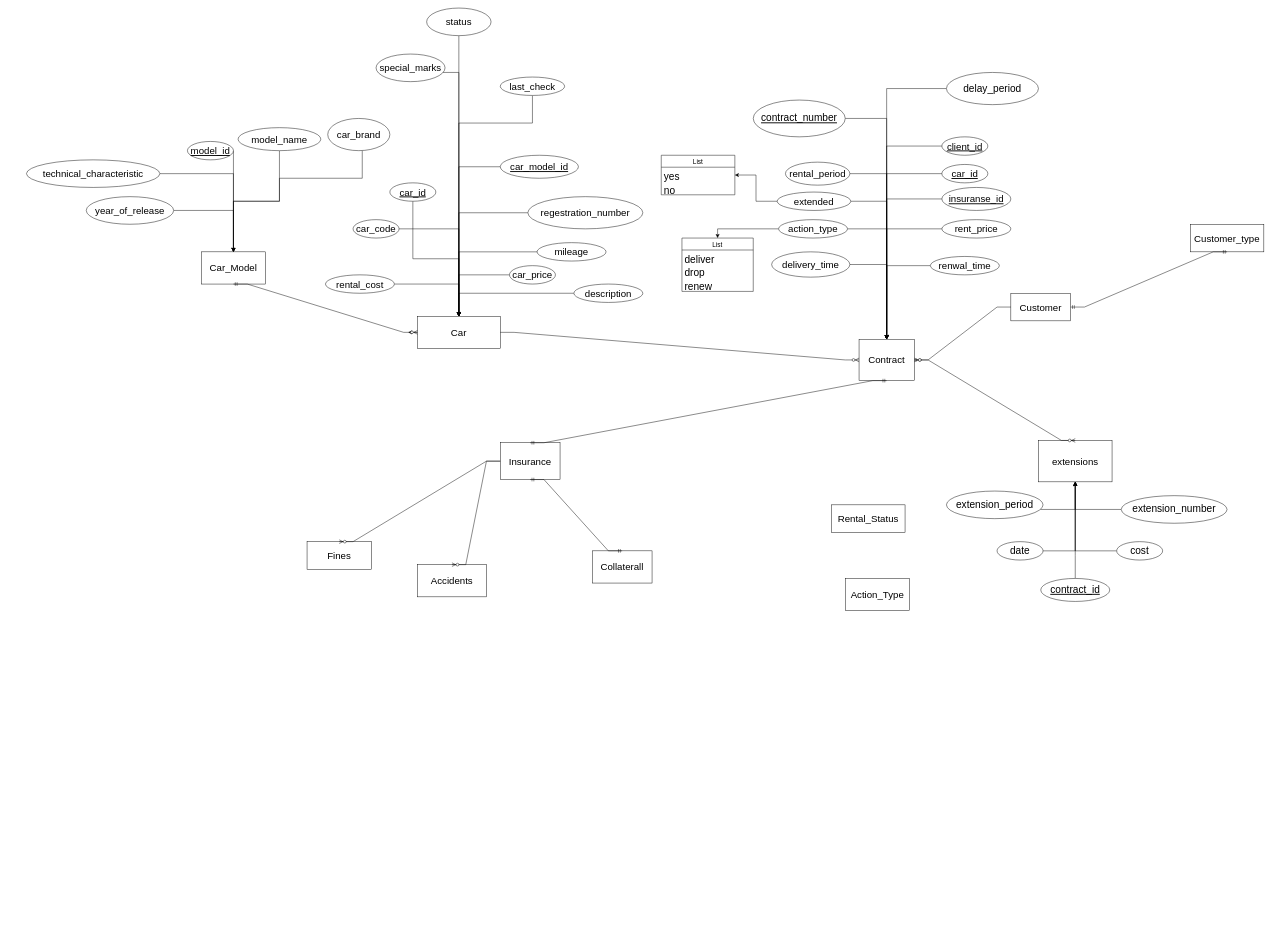
Before: Untitled Diagram.drawio in esmailalmoshki/Diagram, a draw.io diagram. Source tidied: cells renumbered, new cells numbered last; positions are measured from the earlier drawing's top-left corner, leaving out a move shared by most shapes. Both pictures are drawn from the tidied source at 46%, with x=0, y=0 at pixel (26, 8).
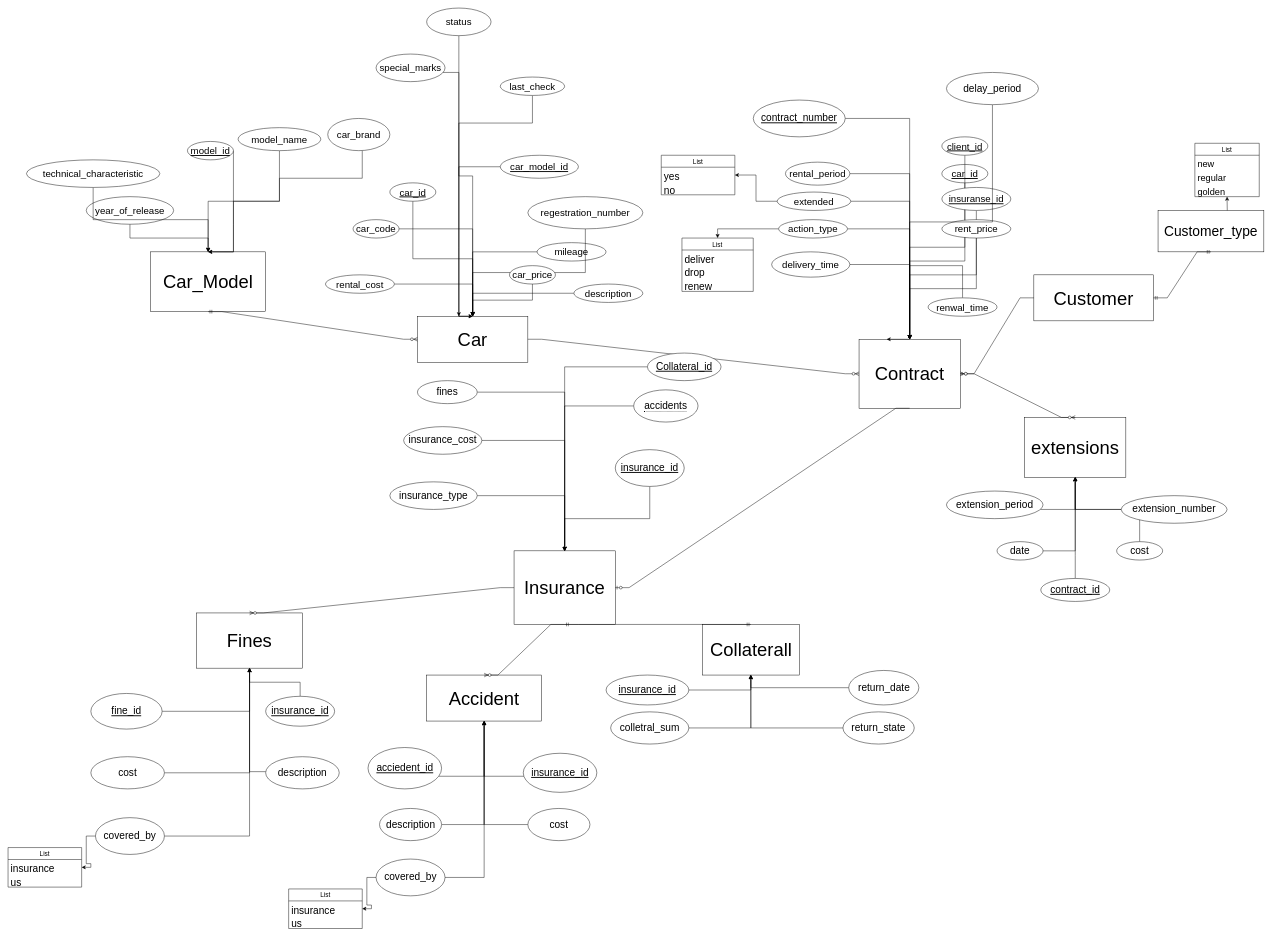
After the change.

What changed in the source:
```diff
@@
-    <mxCell id="2" value="Rental_Status" style="whiteSpace=wrap;html=1;align=center;fontSize=21;" parent="1" vertex="1">
-      <mxGeometry x="1750" y="1080" width="160" height="60" as="geometry" />
-    </mxCell>
-    <mxCell id="3" value="&lt;font style=&quot;font-size: 21px;&quot;&gt;Car_Model&lt;/font&gt;" style="whiteSpace=wrap;html=1;align=center;fontSize=21;" parent="1" vertex="1">
-      <mxGeometry x="380" y="530" width="140" height="70" as="geometry" />
+    <mxCell id="3" value="&lt;font style=&quot;font-size: 40px;&quot;&gt;Car_Model&lt;/font&gt;" style="whiteSpace=wrap;html=1;align=center;fontSize=21;" parent="1" vertex="1">
+      <mxGeometry x="270" y="530" width="250" height="130" as="geometry" />
     </mxCell>
-    <mxCell id="4" style="edgeStyle=orthogonalEdgeStyle;rounded=0;jettySize=auto;html=1;fontSize=21;" parent="1" edge="1" source="5">
-      <mxGeometry relative="1" as="geometry">
-        <mxPoint x="830" y="705" as="targetPoint" />
-      </mxGeometry>
-    </mxCell>
-    <mxCell id="5" value="Car" style="whiteSpace=wrap;html=1;align=center;fontSize=21;" parent="1" vertex="1">
-      <mxGeometry x="850" y="670" width="180" height="70" as="geometry" />
+    <mxCell id="5" value="Car" style="whiteSpace=wrap;html=1;align=center;fontSize=40;" parent="1" vertex="1">
+      <mxGeometry x="850" y="670" width="240" height="100" as="geometry" />
     </mxCell>
-    <mxCell id="6" value="Insurance" style="whiteSpace=wrap;html=1;align=center;fontSize=21;" parent="1" vertex="1">
-      <mxGeometry x="1030" y="945" width="130" height="80" as="geometry" />
+    <mxCell id="6" value="&lt;font style=&quot;font-size: 40px;&quot;&gt;Insurance&lt;/font&gt;" style="whiteSpace=wrap;html=1;align=center;fontSize=21;" parent="1" vertex="1">
+      <mxGeometry x="1060" y="1180" width="220" height="160" as="geometry" />
     </mxCell>
-    <mxCell id="7" value="Customer" style="whiteSpace=wrap;html=1;align=center;fontSize=21;" parent="1" vertex="1">
-      <mxGeometry x="2140" y="620" width="130" height="60" as="geometry" />
+    <mxCell id="7" value="&lt;font style=&quot;font-size: 40px;&quot;&gt;Customer&lt;/font&gt;" style="whiteSpace=wrap;html=1;align=center;fontSize=21;" parent="1" vertex="1">
+      <mxGeometry x="2190" y="580" width="260" height="100" as="geometry" />
     </mxCell>
+    <mxCell id="97" style="edgeStyle=orthogonalEdgeStyle;rounded=0;jettySize=auto;html=1;fontSize=40;" parent="1" edge="1" target="147">
+      <mxGeometry relative="1" as="geometry">
+        <mxPoint x="2610" y="471" as="sourcePoint" />
+      </mxGeometry>
+    </mxCell>
-    <mxCell id="8" value="Customer_type" style="whiteSpace=wrap;html=1;align=center;fontSize=21;" parent="1" vertex="1">
-      <mxGeometry x="2530" y="470" width="160" height="60" as="geometry" />
+    <mxCell id="8" value="&lt;font style=&quot;font-size: 30px;&quot;&gt;Customer_type&lt;/font&gt;" style="whiteSpace=wrap;html=1;align=center;fontSize=21;" parent="1" vertex="1">
+      <mxGeometry x="2460" y="440" width="230" height="90" as="geometry" />
     </mxCell>
-    <mxCell id="9" value="Contract" style="whiteSpace=wrap;html=1;align=center;fontSize=21;" parent="1" vertex="1">
-      <mxGeometry x="1810" y="720" width="120" height="90" as="geometry" />
+    <mxCell id="9" value="Contract" style="whiteSpace=wrap;html=1;align=center;fontSize=40;" parent="1" vertex="1">
+      <mxGeometry x="1810" y="720" width="220" height="150" as="geometry" />
     </mxCell>
-    <mxCell id="10" value="Collaterall" style="whiteSpace=wrap;html=1;align=center;fontSize=21;" parent="1" vertex="1">
-      <mxGeometry x="1230" y="1180" width="130" height="70" as="geometry" />
+    <mxCell id="10" value="&lt;font style=&quot;font-size: 40px;&quot;&gt;Collaterall&lt;/font&gt;" style="whiteSpace=wrap;html=1;align=center;fontSize=21;" parent="1" vertex="1">
+      <mxGeometry x="1469.5" y="1340" width="210.5" height="110" as="geometry" />
     </mxCell>
-    <mxCell id="11" value="Accidents" style="whiteSpace=wrap;html=1;align=center;fontSize=21;" parent="1" vertex="1">
-      <mxGeometry x="850" y="1210" width="150" height="70" as="geometry" />
+    <mxCell id="11" value="&lt;font style=&quot;font-size: 40px;&quot;&gt;Accident&lt;/font&gt;" style="whiteSpace=wrap;html=1;align=center;fontSize=21;" parent="1" vertex="1">
+      <mxGeometry x="870" y="1450" width="250" height="100" as="geometry" />
     </mxCell>
-    <mxCell id="12" value="Fines" style="whiteSpace=wrap;html=1;align=center;fontSize=21;" parent="1" vertex="1">
-      <mxGeometry x="610" y="1160" width="140" height="60" as="geometry" />
+    <mxCell id="12" value="&lt;font style=&quot;font-size: 40px;&quot;&gt;Fines&lt;/font&gt;" style="whiteSpace=wrap;html=1;align=center;fontSize=21;" parent="1" vertex="1">
+      <mxGeometry x="370" y="1315" width="230" height="120" as="geometry" />
     </mxCell>
-    <mxCell id="13" value="Action_Type" style="whiteSpace=wrap;html=1;align=center;fontSize=21;" parent="1" vertex="1">
-      <mxGeometry x="1780" y="1240" width="140" height="70" as="geometry" />
-    </mxCell>
@@
-    <mxCell id="15" style="edgeStyle=entityRelationEdgeStyle;fontSize=21;html=1;endArrow=ERmandOne;startArrow=ERmandOne;rounded=0;entryX=0.5;entryY=1;entryDx=0;entryDy=0;exitX=0.5;exitY=0;exitDx=0;exitDy=0;" parent="1" edge="1" source="6" target="9">
-      <mxGeometry relative="1" as="geometry" />
-    </mxCell>
@@
     <mxCell id="67" style="edgeStyle=orthogonalEdgeStyle;rounded=0;jettySize=auto;html=1;fontSize=21;" parent="1" edge="1" source="68">
       <mxGeometry relative="1" as="geometry">
         <mxPoint x="1870" y="720" as="targetPoint" />
+        <Array as="points">
+          <mxPoint x="1920" y="560" />
+          <mxPoint x="1920" y="720" />
+        </Array>
       </mxGeometry>
     </mxCell>
     <mxCell id="68" value="renwal_time" style="ellipse;whiteSpace=wrap;html=1;align=center;fontSize=21;" parent="1" vertex="1">
-      <mxGeometry x="1965" y="540" width="150" height="40" as="geometry" />
+      <mxGeometry x="1960" y="630" width="150" height="40" as="geometry" />
     </mxCell>
@@
-    <mxCell id="72" value="extensions" style="whiteSpace=wrap;html=1;align=center;fontSize=21;" parent="1" vertex="1">
-      <mxGeometry x="2200" y="940" width="160" height="90" as="geometry" />
+    <mxCell id="72" value="&lt;font style=&quot;font-size: 40px;&quot;&gt;extensions&lt;/font&gt;" style="whiteSpace=wrap;html=1;align=center;fontSize=21;" parent="1" vertex="1">
+      <mxGeometry x="2170" y="890" width="220" height="130" as="geometry" />
     </mxCell>
@@
-    <mxCell id="95" style="edgeStyle=entityRelationEdgeStyle;fontSize=12;html=1;endArrow=ERzeroToMany;endFill=1;rounded=0;exitX=0;exitY=0.5;exitDx=0;exitDy=0;entryX=0.5;entryY=0;entryDx=0;entryDy=0;" parent="1" edge="1" source="6" target="11">
+    <mxCell id="95" style="edgeStyle=entityRelationEdgeStyle;fontSize=12;html=1;endArrow=ERzeroToMany;endFill=1;rounded=0;exitX=0.5;exitY=1;exitDx=0;exitDy=0;entryX=0.5;entryY=0;entryDx=0;entryDy=0;" parent="1" edge="1" source="6" target="11">
       <mxGeometry relative="1" as="geometry" />
     </mxCell>
@@
+    <mxCell id="98" style="edgeStyle=orthogonalEdgeStyle;rounded=0;jettySize=auto;html=1;fontSize=22;" parent="1" edge="1" source="99" target="6">
+      <mxGeometry relative="1" as="geometry" />
+    </mxCell>
+    <mxCell id="99" value="insurance_type" style="ellipse;whiteSpace=wrap;html=1;align=center;fontSize=22;" parent="1" vertex="1">
+      <mxGeometry x="790" y="1030" width="190" height="60" as="geometry" />
+    </mxCell>
+    <mxCell id="100" style="edgeStyle=orthogonalEdgeStyle;rounded=0;jettySize=auto;html=1;entryX=0.5;entryY=0;entryDx=0;entryDy=0;fontSize=40;" parent="1" edge="1" source="101" target="6">
+      <mxGeometry relative="1" as="geometry" />
+    </mxCell>
+    <mxCell id="101" value="insurance_id" style="ellipse;whiteSpace=wrap;html=1;align=center;fontStyle=4;fontSize=22;" parent="1" vertex="1">
+      <mxGeometry x="1280" y="960" width="150" height="80" as="geometry" />
+    </mxCell>
+    <mxCell id="102" style="edgeStyle=orthogonalEdgeStyle;rounded=0;jettySize=auto;html=1;entryX=0.5;entryY=1;entryDx=0;entryDy=0;fontSize=22;" parent="1" edge="1" source="103" target="10">
+      <mxGeometry relative="1" as="geometry" />
+    </mxCell>
+    <mxCell id="103" value="insurance_id" style="ellipse;whiteSpace=wrap;html=1;align=center;fontStyle=4;fontSize=22;" parent="1" vertex="1">
+      <mxGeometry x="1260" y="1450" width="180" height="65" as="geometry" />
+    </mxCell>
+    <mxCell id="104" style="edgeStyle=orthogonalEdgeStyle;rounded=0;jettySize=auto;html=1;entryX=0.5;entryY=1;entryDx=0;entryDy=0;fontSize=22;" parent="1" edge="1" source="105" target="10">
+      <mxGeometry relative="1" as="geometry" />
+    </mxCell>
+    <mxCell id="105" value="colletral_sum" style="ellipse;whiteSpace=wrap;html=1;align=center;fontSize=22;" parent="1" vertex="1">
+      <mxGeometry x="1270" y="1530" width="170" height="70" as="geometry" />
+    </mxCell>
+    <mxCell id="106" style="edgeStyle=orthogonalEdgeStyle;rounded=0;jettySize=auto;html=1;entryX=0.5;entryY=0;entryDx=0;entryDy=0;fontSize=22;" parent="1" edge="1" source="107" target="6">
+      <mxGeometry relative="1" as="geometry" />
+    </mxCell>
+    <mxCell id="107" value="insurance_cost" style="ellipse;whiteSpace=wrap;html=1;align=center;fontSize=22;" parent="1" vertex="1">
+      <mxGeometry x="820" y="910" width="170" height="60" as="geometry" />
+    </mxCell>
+    <mxCell id="108" style="edgeStyle=entityRelationEdgeStyle;fontSize=12;html=1;endArrow=ERzeroToOne;endFill=1;rounded=0;exitX=0.5;exitY=1;exitDx=0;exitDy=0;" parent="1" edge="1" source="9" target="6">
+      <mxGeometry relative="1" as="geometry" />
+    </mxCell>
+    <mxCell id="109" style="edgeStyle=orthogonalEdgeStyle;rounded=0;jettySize=auto;html=1;entryX=0.5;entryY=0;entryDx=0;entryDy=0;fontSize=22;" parent="1" edge="1" source="110" target="6">
+      <mxGeometry relative="1" as="geometry" />
+    </mxCell>
+    <mxCell id="110" value="&lt;span style=&quot;border-bottom: 1px dotted&quot;&gt;accidents&lt;/span&gt;" style="ellipse;whiteSpace=wrap;html=1;align=center;fontSize=22;" parent="1" vertex="1">
+      <mxGeometry x="1320" y="830" width="140" height="70" as="geometry" />
+    </mxCell>
+    <mxCell id="111" style="edgeStyle=orthogonalEdgeStyle;rounded=0;jettySize=auto;html=1;entryX=0.5;entryY=0;entryDx=0;entryDy=0;fontSize=22;" parent="1" edge="1" source="112" target="6">
+      <mxGeometry relative="1" as="geometry" />
+    </mxCell>
+    <mxCell id="112" value="fines" style="ellipse;whiteSpace=wrap;html=1;align=center;fontSize=22;" parent="1" vertex="1">
+      <mxGeometry x="850" y="810" width="130" height="50" as="geometry" />
+    </mxCell>
+    <mxCell id="113" style="edgeStyle=orthogonalEdgeStyle;rounded=0;jettySize=auto;html=1;fontSize=40;" parent="1" edge="1" source="114" target="6">
+      <mxGeometry relative="1" as="geometry" />
+    </mxCell>
+    <mxCell id="114" value="Collateral_id" style="ellipse;whiteSpace=wrap;html=1;align=center;fontStyle=4;fontSize=22;" parent="1" vertex="1">
+      <mxGeometry x="1350" y="750" width="160" height="60" as="geometry" />
+    </mxCell>
+    <mxCell id="115" style="edgeStyle=orthogonalEdgeStyle;rounded=0;jettySize=auto;html=1;entryX=0.5;entryY=1;entryDx=0;entryDy=0;fontSize=22;" parent="1" edge="1" source="116" target="11">
+      <mxGeometry relative="1" as="geometry">
+        <Array as="points">
+          <mxPoint x="995" y="1670" />
+        </Array>
+      </mxGeometry>
+    </mxCell>
+    <mxCell id="116" value="acciedent_id" style="ellipse;whiteSpace=wrap;html=1;align=center;fontStyle=4;fontSize=22;" parent="1" vertex="1">
+      <mxGeometry x="742.5" y="1607.5" width="160" height="90" as="geometry" />
+    </mxCell>
+    <mxCell id="117" style="edgeStyle=orthogonalEdgeStyle;rounded=0;jettySize=auto;html=1;entryX=0.5;entryY=1;entryDx=0;entryDy=0;fontSize=22;" parent="1" edge="1" source="118" target="11">
+      <mxGeometry relative="1" as="geometry">
+        <Array as="points">
+          <mxPoint x="995" y="1670" />
+        </Array>
+      </mxGeometry>
+    </mxCell>
+    <mxCell id="118" value="insurance_id" style="ellipse;whiteSpace=wrap;html=1;align=center;fontStyle=4;fontSize=22;" parent="1" vertex="1">
+      <mxGeometry x="1080" y="1620" width="160" height="85" as="geometry" />
+    </mxCell>
+    <mxCell id="119" style="edgeStyle=orthogonalEdgeStyle;rounded=0;jettySize=auto;html=1;entryX=0.5;entryY=1;entryDx=0;entryDy=0;fontSize=22;" parent="1" edge="1" source="120" target="10">
+      <mxGeometry relative="1" as="geometry" />
+    </mxCell>
+    <mxCell id="120" value="return_date" style="ellipse;whiteSpace=wrap;html=1;align=center;fontSize=22;" parent="1" vertex="1">
+      <mxGeometry x="1787.5" y="1440" width="152.5" height="75" as="geometry" />
+    </mxCell>
+    <mxCell id="121" style="edgeStyle=orthogonalEdgeStyle;rounded=0;jettySize=auto;html=1;entryX=0.5;entryY=1;entryDx=0;entryDy=0;fontSize=22;" parent="1" edge="1" source="122" target="10">
+      <mxGeometry relative="1" as="geometry" />
+    </mxCell>
+    <mxCell id="122" value="return_state" style="ellipse;whiteSpace=wrap;html=1;align=center;fontSize=22;" parent="1" vertex="1">
+      <mxGeometry x="1775" y="1530" width="155" height="70" as="geometry" />
+    </mxCell>
+    <mxCell id="123" style="edgeStyle=orthogonalEdgeStyle;rounded=0;jettySize=auto;html=1;entryX=0.5;entryY=1;entryDx=0;entryDy=0;fontSize=22;" parent="1" edge="1" source="124" target="11">
+      <mxGeometry relative="1" as="geometry">
+        <Array as="points">
+          <mxPoint x="995" y="1775" />
+        </Array>
+      </mxGeometry>
+    </mxCell>
+    <mxCell id="124" value="description" style="ellipse;whiteSpace=wrap;html=1;align=center;fontSize=22;" parent="1" vertex="1">
+      <mxGeometry x="767.5" y="1740" width="135" height="70" as="geometry" />
+    </mxCell>
+    <mxCell id="125" style="edgeStyle=orthogonalEdgeStyle;rounded=0;jettySize=auto;html=1;entryX=0.5;entryY=1;entryDx=0;entryDy=0;fontSize=22;" parent="1" edge="1" source="126" target="11">
+      <mxGeometry relative="1" as="geometry">
+        <Array as="points">
+          <mxPoint x="995" y="1775" />
+        </Array>
+      </mxGeometry>
+    </mxCell>
+    <mxCell id="126" value="cost" style="ellipse;whiteSpace=wrap;html=1;align=center;fontSize=22;" parent="1" vertex="1">
+      <mxGeometry x="1090" y="1740" width="135" height="70" as="geometry" />
+    </mxCell>
+    <mxCell id="127" style="edgeStyle=orthogonalEdgeStyle;rounded=0;jettySize=auto;html=1;fontSize=40;" parent="1" edge="1" source="128" target="12">
+      <mxGeometry relative="1" as="geometry" />
+    </mxCell>
+    <mxCell id="128" value="fine_id" style="ellipse;whiteSpace=wrap;html=1;align=center;fontStyle=4;fontSize=22;" parent="1" vertex="1">
+      <mxGeometry x="140" y="1490" width="155" height="77.5" as="geometry" />
+    </mxCell>
+    <mxCell id="129" style="edgeStyle=orthogonalEdgeStyle;rounded=0;jettySize=auto;html=1;entryX=0.5;entryY=1;entryDx=0;entryDy=0;fontSize=22;" parent="1" edge="1" source="130" target="12">
+      <mxGeometry relative="1" as="geometry" />
+    </mxCell>
+    <mxCell id="130" value="cost" style="ellipse;whiteSpace=wrap;html=1;align=center;fontSize=22;" parent="1" vertex="1">
+      <mxGeometry x="140" y="1627.5" width="160" height="70" as="geometry" />
+    </mxCell>
+    <mxCell id="131" style="edgeStyle=orthogonalEdgeStyle;rounded=0;jettySize=auto;html=1;entryX=0.5;entryY=1;entryDx=0;entryDy=0;fontSize=22;" parent="1" edge="1" source="132" target="12">
+      <mxGeometry relative="1" as="geometry">
+        <Array as="points">
+          <mxPoint x="485" y="1660" />
+        </Array>
+      </mxGeometry>
+    </mxCell>
+    <mxCell id="132" value="description" style="ellipse;whiteSpace=wrap;html=1;align=center;fontSize=22;" parent="1" vertex="1">
+      <mxGeometry x="520" y="1627.5" width="160" height="70" as="geometry" />
+    </mxCell>
+    <mxCell id="133" style="edgeStyle=orthogonalEdgeStyle;rounded=0;jettySize=auto;html=1;entryX=0.5;entryY=1;entryDx=0;entryDy=0;fontSize=22;" parent="1" edge="1" source="134" target="12">
+      <mxGeometry relative="1" as="geometry" />
+    </mxCell>
+    <mxCell id="134" value="insurance_id" style="ellipse;whiteSpace=wrap;html=1;align=center;fontStyle=4;fontSize=22;" parent="1" vertex="1">
+      <mxGeometry x="520" y="1496.2" width="150" height="65" as="geometry" />
+    </mxCell>
+    <mxCell id="135" style="edgeStyle=orthogonalEdgeStyle;rounded=0;jettySize=auto;html=1;fontSize=22;" parent="1" edge="1" source="137" target="12">
+      <mxGeometry relative="1" as="geometry" />
+    </mxCell>
+    <mxCell id="136" style="edgeStyle=orthogonalEdgeStyle;rounded=0;jettySize=auto;html=1;fontSize=22;" parent="1" edge="1" source="137" target="138">
+      <mxGeometry relative="1" as="geometry" />
+    </mxCell>
+    <mxCell id="137" value="covered_by" style="ellipse;whiteSpace=wrap;html=1;align=center;fontSize=22;" parent="1" vertex="1">
+      <mxGeometry x="150" y="1760" width="150" height="80" as="geometry" />
+    </mxCell>
+    <mxCell id="138" value="List" style="swimlane;fontStyle=0;horizontal=1;startSize=26;align=center;fontSize=14;" parent="1" vertex="1">
+      <mxGeometry x="-40" y="1825" width="160" height="86" as="geometry" />
+    </mxCell>
+    <mxCell id="139" value="insurance" style="text;strokeColor=none;fillColor=none;spacingLeft=4;spacingRight=4;overflow=hidden;fontSize=22;" parent="138" vertex="1">
+      <mxGeometry y="26" width="160" height="30" as="geometry" />
+    </mxCell>
+    <mxCell id="140" value="us" style="text;strokeColor=none;fillColor=none;spacingLeft=4;spacingRight=4;overflow=hidden;fontSize=22;" parent="138" vertex="1">
+      <mxGeometry y="56" width="160" height="30" as="geometry" />
+    </mxCell>
+    <mxCell id="141" style="edgeStyle=orthogonalEdgeStyle;rounded=0;jettySize=auto;html=1;fontSize=22;" parent="1" edge="1" source="143" target="144">
+      <mxGeometry relative="1" as="geometry" />
+    </mxCell>
+    <mxCell id="142" style="edgeStyle=orthogonalEdgeStyle;rounded=0;jettySize=auto;html=1;fontSize=22;" parent="1" edge="1" source="143" target="11">
+      <mxGeometry relative="1" as="geometry">
+        <Array as="points">
+          <mxPoint x="995" y="1890" />
+        </Array>
+      </mxGeometry>
+    </mxCell>
+    <mxCell id="143" value="covered_by" style="ellipse;whiteSpace=wrap;html=1;align=center;fontSize=22;" parent="1" vertex="1">
+      <mxGeometry x="760" y="1850" width="150" height="80" as="geometry" />
+    </mxCell>
+    <mxCell id="144" value="List" style="swimlane;fontStyle=0;horizontal=1;startSize=26;align=center;fontSize=14;" parent="1" vertex="1">
+      <mxGeometry x="570" y="1915" width="160" height="86" as="geometry" />
+    </mxCell>
+    <mxCell id="145" value="insurance" style="text;strokeColor=none;fillColor=none;spacingLeft=4;spacingRight=4;overflow=hidden;fontSize=22;" parent="144" vertex="1">
+      <mxGeometry y="26" width="160" height="30" as="geometry" />
+    </mxCell>
+    <mxCell id="146" value="us" style="text;strokeColor=none;fillColor=none;spacingLeft=4;spacingRight=4;overflow=hidden;fontSize=22;" parent="144" vertex="1">
+      <mxGeometry y="56" width="160" height="30" as="geometry" />
+    </mxCell>
+    <mxCell id="147" value="List" style="swimlane;fontStyle=0;horizontal=1;startSize=26;align=center;fontSize=14;" parent="1" vertex="1">
+      <mxGeometry x="2540" y="294" width="140" height="116" as="geometry" />
+    </mxCell>
+    <mxCell id="148" value="new" style="text;strokeColor=none;fillColor=none;spacingLeft=4;spacingRight=4;overflow=hidden;fontSize=20;" parent="147" vertex="1">
+      <mxGeometry y="26" width="140" height="30" as="geometry" />
+    </mxCell>
+    <mxCell id="149" value="regular" style="text;strokeColor=none;fillColor=none;spacingLeft=4;spacingRight=4;overflow=hidden;fontSize=20;" parent="147" vertex="1">
+      <mxGeometry y="56" width="140" height="30" as="geometry" />
+    </mxCell>
+    <mxCell id="150" value="golden" style="text;strokeColor=none;fillColor=none;spacingLeft=4;spacingRight=4;overflow=hidden;fontSize=20;" parent="147" vertex="1">
+      <mxGeometry y="86" width="140" height="30" as="geometry" />
+    </mxCell>
```
